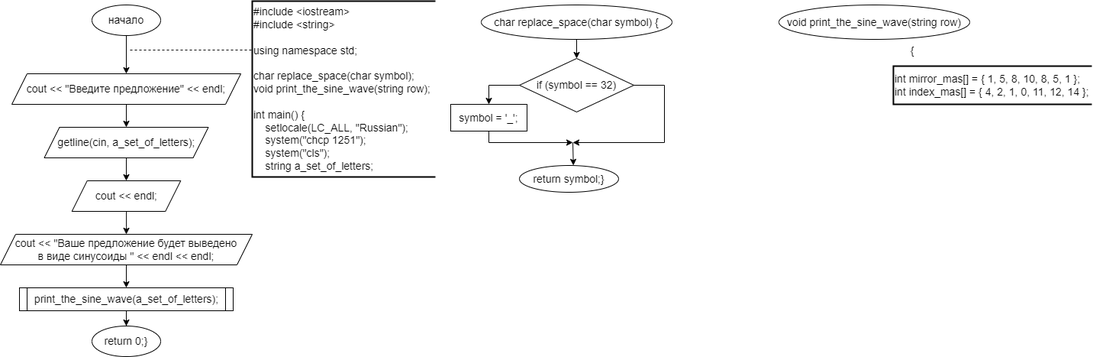
The draw.io diagram lab work 6.drawio.png in SonyAkb/laboratory-work-6, before a commit. Source tidied: cells renumbered, new cells last; positions are measured from the earlier drawing's top-left corner, leaving out a move shared by most shapes.
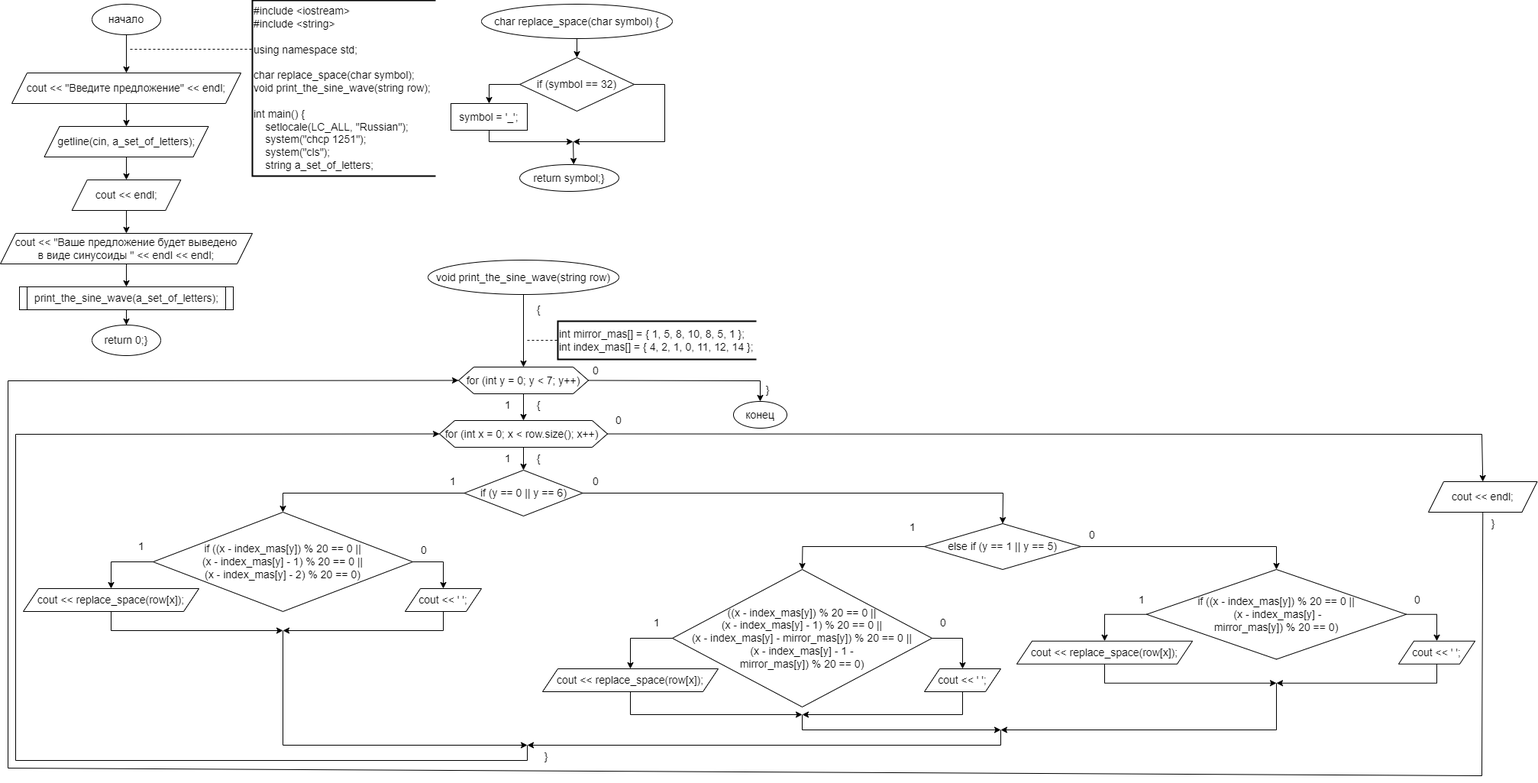
Later version of the same file.

The edit, as a diff of the source:
```diff
@@ -93,14 +93,317 @@
         <mxPoint x="750" y="185" as="sourcePoint" />
       </mxGeometry>
     </mxCell>
+    <mxCell id="29" style="edgeStyle=orthogonalEdgeStyle;rounded=0;jettySize=auto;html=1;entryX=0.5;entryY=0;entryDx=0;entryDy=0;" parent="1" edge="1" source="26" target="31">
+      <mxGeometry relative="1" as="geometry" />
+    </mxCell>
     <mxCell id="26" value="&lt;font style=&quot;font-size: 14px;&quot;&gt;void print_the_sine_wave(string row)&lt;/font&gt;" style="ellipse;whiteSpace=wrap;html=1;" parent="1" vertex="1">
-      <mxGeometry x="1020" y="5" width="250" height="45" as="geometry" />
+      <mxGeometry x="560" y="340" width="250" height="45" as="geometry" />
     </mxCell>
     <mxCell id="27" value="&lt;div style=&quot;font-size: 14px;&quot;&gt;&lt;div&gt;int mirror_mas[] = { 1, 5, 8, 10, 8, 5, 1 };&lt;/div&gt;&lt;div&gt;int index_mas[] = { 4, 2, 1, 0, 11, 12, 14 };&lt;/div&gt;&lt;/div&gt;" style="strokeWidth=2;html=1;shape=mxgraph.flowchart.annotation_1;align=left;" parent="1" vertex="1">
-      <mxGeometry x="1170" y="85" width="260" height="50" as="geometry" />
+      <mxGeometry x="730" y="420" width="260" height="50" as="geometry" />
     </mxCell>
     <mxCell id="28" value="&lt;font style=&quot;font-size: 14px;&quot;&gt;{&lt;/font&gt;" style="text;html=1;strokeColor=none;fillColor=none;align=center;verticalAlign=middle;whiteSpace=wrap;rounded=0;" parent="1" vertex="1">
-      <mxGeometry x="1180" y="50" width="30" height="30" as="geometry" />
+      <mxGeometry x="690" y="390" width="30" height="30" as="geometry" />
     </mxCell>
+    <mxCell id="30" style="edgeStyle=orthogonalEdgeStyle;rounded=0;jettySize=auto;html=1;entryX=0.5;entryY=0;entryDx=0;entryDy=0;" parent="1" edge="1" source="31" target="34">
+      <mxGeometry relative="1" as="geometry" />
+    </mxCell>
+    <mxCell id="31" value="&lt;font style=&quot;font-size: 14px;&quot;&gt;for (int y = 0; y &amp;lt; 7; y++)&lt;/font&gt;" style="shape=hexagon;perimeter=hexagonPerimeter2;whiteSpace=wrap;html=1;fixedSize=1;size=20;" parent="1" vertex="1">
+      <mxGeometry x="600" y="480" width="170" height="35" as="geometry" />
+    </mxCell>
+    <mxCell id="32" style="endArrow=none;dashed=1;html=1;rounded=0;entryX=0;entryY=0.5;entryDx=0;entryDy=0;entryPerimeter=0;" parent="1" edge="1" target="27">
+      <mxGeometry relative="1" as="geometry">
+        <mxPoint x="690" y="445" as="sourcePoint" />
+      </mxGeometry>
+    </mxCell>
+    <mxCell id="33" style="edgeStyle=orthogonalEdgeStyle;rounded=0;jettySize=auto;html=1;entryX=0.5;entryY=0;entryDx=0;entryDy=0;" parent="1" edge="1" source="34" target="37">
+      <mxGeometry relative="1" as="geometry" />
+    </mxCell>
+    <mxCell id="34" value="&lt;font style=&quot;font-size: 14px;&quot;&gt;for (int x = 0; x &amp;lt; row.size(); x++)&amp;nbsp;&lt;/font&gt;" style="shape=hexagon;perimeter=hexagonPerimeter2;whiteSpace=wrap;html=1;fixedSize=1;size=20;" parent="1" vertex="1">
+      <mxGeometry x="575" y="550" width="220" height="35" as="geometry" />
+    </mxCell>
+    <mxCell id="35" value="&lt;font style=&quot;font-size: 14px;&quot;&gt;{&lt;/font&gt;" style="text;html=1;strokeColor=none;fillColor=none;align=center;verticalAlign=middle;whiteSpace=wrap;rounded=0;" parent="1" vertex="1">
+      <mxGeometry x="690" y="515" width="30" height="30" as="geometry" />
+    </mxCell>
+    <mxCell id="36" value="&lt;font style=&quot;font-size: 14px;&quot;&gt;1&lt;/font&gt;" style="text;html=1;strokeColor=none;fillColor=none;align=center;verticalAlign=middle;whiteSpace=wrap;rounded=0;" parent="1" vertex="1">
+      <mxGeometry x="650" y="515" width="30" height="30" as="geometry" />
+    </mxCell>
+    <mxCell id="37" value="&lt;font style=&quot;font-size: 14px;&quot;&gt;if (y == 0 || y == 6)&lt;/font&gt;" style="rhombus;whiteSpace=wrap;html=1;" parent="1" vertex="1">
+      <mxGeometry x="607.5" y="615" width="155" height="60" as="geometry" />
+    </mxCell>
+    <mxCell id="38" value="&lt;font style=&quot;font-size: 14px;&quot;&gt;1&lt;/font&gt;" style="text;html=1;strokeColor=none;fillColor=none;align=center;verticalAlign=middle;whiteSpace=wrap;rounded=0;" parent="1" vertex="1">
+      <mxGeometry x="650" y="585" width="30" height="30" as="geometry" />
+    </mxCell>
+    <mxCell id="39" value="&lt;font style=&quot;font-size: 14px;&quot;&gt;{&lt;/font&gt;" style="text;html=1;strokeColor=none;fillColor=none;align=center;verticalAlign=middle;whiteSpace=wrap;rounded=0;" parent="1" vertex="1">
+      <mxGeometry x="690" y="585" width="30" height="30" as="geometry" />
+    </mxCell>
+    <mxCell id="40" value="&lt;font style=&quot;font-size: 14px;&quot;&gt;if ((x - index_mas[y]) % 20 == 0 || &lt;br&gt;(x - index_mas[y] - 1) % 20 == 0 || &lt;br&gt;(x - index_mas[y] - 2) % 20 == 0)&lt;/font&gt;" style="rhombus;whiteSpace=wrap;html=1;" parent="1" vertex="1">
+      <mxGeometry x="200" y="670" width="340" height="130" as="geometry" />
+    </mxCell>
+    <mxCell id="41" style="endArrow=classic;html=1;rounded=0;exitX=0;exitY=0.5;exitDx=0;exitDy=0;entryX=0.5;entryY=0;entryDx=0;entryDy=0;" parent="1" edge="1" source="37" target="40">
+      <mxGeometry relative="1" as="geometry">
+        <Array as="points">
+          <mxPoint x="370" y="645" />
+        </Array>
+      </mxGeometry>
+    </mxCell>
+    <mxCell id="42" value="&lt;font style=&quot;font-size: 14px;&quot;&gt;1&lt;/font&gt;" style="text;html=1;strokeColor=none;fillColor=none;align=center;verticalAlign=middle;whiteSpace=wrap;rounded=0;" parent="1" vertex="1">
+      <mxGeometry x="577.5" y="615" width="30" height="30" as="geometry" />
+    </mxCell>
+    <mxCell id="43" value="&lt;font style=&quot;font-size: 14px;&quot;&gt;cout &amp;lt;&amp;lt; replace_space(row[x]);&lt;/font&gt;" style="shape=parallelogram;perimeter=parallelogramPerimeter;whiteSpace=wrap;html=1;fixedSize=1;size=20;" parent="1" vertex="1">
+      <mxGeometry x="30" y="770" width="230" height="30" as="geometry" />
+    </mxCell>
+    <mxCell id="44" style="endArrow=classic;html=1;rounded=0;exitX=0;exitY=0.5;exitDx=0;exitDy=0;entryX=0.5;entryY=0;entryDx=0;entryDy=0;" parent="1" edge="1" source="40" target="43">
+      <mxGeometry relative="1" as="geometry">
+        <Array as="points">
+          <mxPoint x="145" y="735" />
+        </Array>
+      </mxGeometry>
+    </mxCell>
+    <mxCell id="45" value="&lt;font style=&quot;font-size: 14px;&quot;&gt;cout &amp;lt;&amp;lt; ' ';&lt;/font&gt;" style="shape=parallelogram;perimeter=parallelogramPerimeter;whiteSpace=wrap;html=1;fixedSize=1;size=20;" parent="1" vertex="1">
+      <mxGeometry x="530" y="770" width="100" height="30" as="geometry" />
+    </mxCell>
+    <mxCell id="46" style="endArrow=classic;html=1;rounded=0;exitX=1;exitY=0.5;exitDx=0;exitDy=0;entryX=0.5;entryY=0;entryDx=0;entryDy=0;" parent="1" edge="1" source="40" target="45">
+      <mxGeometry relative="1" as="geometry">
+        <Array as="points">
+          <mxPoint x="580" y="735" />
+        </Array>
+      </mxGeometry>
+    </mxCell>
+    <mxCell id="47" style="endArrow=classic;html=1;rounded=0;exitX=0.5;exitY=1;exitDx=0;exitDy=0;" parent="1" edge="1" source="43">
+      <mxGeometry relative="1" as="geometry">
+        <mxPoint x="370" y="825" as="targetPoint" />
+        <Array as="points">
+          <mxPoint x="145" y="825" />
+        </Array>
+      </mxGeometry>
+    </mxCell>
+    <mxCell id="48" style="endArrow=classic;html=1;rounded=0;exitX=0.5;exitY=1;exitDx=0;exitDy=0;" parent="1" edge="1" source="45">
+      <mxGeometry relative="1" as="geometry">
+        <mxPoint x="370" y="825" as="targetPoint" />
+        <Array as="points">
+          <mxPoint x="580" y="825" />
+        </Array>
+      </mxGeometry>
+    </mxCell>
+    <mxCell id="49" style="endArrow=classic;html=1;rounded=0;" parent="1" edge="1">
+      <mxGeometry relative="1" as="geometry">
+        <mxPoint x="370" y="825" as="sourcePoint" />
+        <mxPoint x="690" y="975" as="targetPoint" />
+        <Array as="points">
+          <mxPoint x="370" y="975" />
+        </Array>
+      </mxGeometry>
+    </mxCell>
+    <mxCell id="50" value="&lt;font style=&quot;font-size: 14px;&quot;&gt;((x - index_mas[y]) % 20 == 0 || &lt;br&gt;(x - index_mas[y] - 1) % 20 == 0 || &lt;br&gt;(x - index_mas[y] - mirror_mas[y]) % 20 == 0 || &lt;br&gt;(x - index_mas[y] - 1 - &lt;br&gt;mirror_mas[y]) % 20 == 0)&lt;/font&gt;" style="rhombus;whiteSpace=wrap;html=1;" parent="1" vertex="1">
+      <mxGeometry x="880" y="745" width="340" height="180" as="geometry" />
+    </mxCell>
+    <mxCell id="51" value="&lt;font style=&quot;font-size: 14px;&quot;&gt;cout &amp;lt;&amp;lt; replace_space(row[x]);&lt;/font&gt;" style="shape=parallelogram;perimeter=parallelogramPerimeter;whiteSpace=wrap;html=1;fixedSize=1;size=20;" parent="1" vertex="1">
+      <mxGeometry x="710" y="875" width="230" height="30" as="geometry" />
+    </mxCell>
+    <mxCell id="52" style="endArrow=classic;html=1;rounded=0;exitX=0;exitY=0.5;exitDx=0;exitDy=0;entryX=0.5;entryY=0;entryDx=0;entryDy=0;" parent="1" edge="1" source="50" target="51">
+      <mxGeometry relative="1" as="geometry">
+        <Array as="points">
+          <mxPoint x="825" y="835" />
+        </Array>
+      </mxGeometry>
+    </mxCell>
+    <mxCell id="53" value="&lt;font style=&quot;font-size: 14px;&quot;&gt;cout &amp;lt;&amp;lt; ' ';&lt;/font&gt;" style="shape=parallelogram;perimeter=parallelogramPerimeter;whiteSpace=wrap;html=1;fixedSize=1;size=20;" parent="1" vertex="1">
+      <mxGeometry x="1210" y="875" width="100" height="30" as="geometry" />
+    </mxCell>
+    <mxCell id="54" style="endArrow=classic;html=1;rounded=0;exitX=1;exitY=0.5;exitDx=0;exitDy=0;entryX=0.5;entryY=0;entryDx=0;entryDy=0;" parent="1" edge="1" source="50" target="53">
+      <mxGeometry relative="1" as="geometry">
+        <Array as="points">
+          <mxPoint x="1260" y="835" />
+        </Array>
+      </mxGeometry>
+    </mxCell>
+    <mxCell id="55" style="endArrow=classic;html=1;rounded=0;exitX=0.5;exitY=1;exitDx=0;exitDy=0;" parent="1" edge="1" source="51">
+      <mxGeometry relative="1" as="geometry">
+        <mxPoint x="1050" y="935" as="targetPoint" />
+        <Array as="points">
+          <mxPoint x="825" y="935" />
+        </Array>
+      </mxGeometry>
+    </mxCell>
+    <mxCell id="56" style="endArrow=classic;html=1;rounded=0;exitX=0.5;exitY=1;exitDx=0;exitDy=0;" parent="1" edge="1" source="53">
+      <mxGeometry relative="1" as="geometry">
+        <mxPoint x="1050" y="935" as="targetPoint" />
+        <Array as="points">
+          <mxPoint x="1260" y="935" />
+        </Array>
+      </mxGeometry>
+    </mxCell>
+    <mxCell id="57" style="endArrow=classic;html=1;rounded=0;" parent="1" edge="1">
+      <mxGeometry relative="1" as="geometry">
+        <mxPoint x="1050" y="935" as="sourcePoint" />
+        <mxPoint x="1310" y="955" as="targetPoint" />
+        <Array as="points">
+          <mxPoint x="1050" y="955" />
+        </Array>
+      </mxGeometry>
+    </mxCell>
+    <mxCell id="58" value="&lt;font style=&quot;font-size: 14px;&quot;&gt;else if (y == 1 || y == 5)&lt;/font&gt;" style="rhombus;whiteSpace=wrap;html=1;" parent="1" vertex="1">
+      <mxGeometry x="1210" y="685" width="205" height="60" as="geometry" />
+    </mxCell>
+    <mxCell id="59" style="endArrow=classic;html=1;rounded=0;exitX=0;exitY=0.5;exitDx=0;exitDy=0;entryX=0.5;entryY=0;entryDx=0;entryDy=0;" parent="1" edge="1" source="58" target="50">
+      <mxGeometry relative="1" as="geometry">
+        <Array as="points">
+          <mxPoint x="1050.5" y="715" />
+        </Array>
+      </mxGeometry>
+    </mxCell>
+    <mxCell id="60" style="endArrow=classic;html=1;rounded=0;exitX=1;exitY=0.5;exitDx=0;exitDy=0;entryX=0.5;entryY=0;entryDx=0;entryDy=0;" parent="1" edge="1" source="37" target="58">
+      <mxGeometry relative="1" as="geometry">
+        <Array as="points">
+          <mxPoint x="1313" y="645" />
+        </Array>
+      </mxGeometry>
+    </mxCell>
+    <mxCell id="61" value="&lt;font style=&quot;font-size: 14px;&quot;&gt;if ((x - index_mas[y]) % 20 == 0 ||&lt;br&gt;&amp;nbsp;(x - index_mas[y] - &lt;br&gt;mirror_mas[y]) % 20 == 0)&lt;/font&gt;" style="rhombus;whiteSpace=wrap;html=1;" parent="1" vertex="1">
+      <mxGeometry x="1501" y="745" width="340" height="117.5" as="geometry" />
+    </mxCell>
+    <mxCell id="62" style="endArrow=classic;html=1;rounded=0;exitX=0;exitY=0.5;exitDx=0;exitDy=0;entryX=0.5;entryY=0;entryDx=0;entryDy=0;" parent="1" edge="1" source="61" target="67">
+      <mxGeometry relative="1" as="geometry">
+        <Array as="points">
+          <mxPoint x="1446" y="803.8" />
+        </Array>
+      </mxGeometry>
+    </mxCell>
+    <mxCell id="63" value="&lt;font style=&quot;font-size: 14px;&quot;&gt;cout &amp;lt;&amp;lt; ' ';&lt;/font&gt;" style="shape=parallelogram;perimeter=parallelogramPerimeter;whiteSpace=wrap;html=1;fixedSize=1;size=20;" parent="1" vertex="1">
+      <mxGeometry x="1831" y="838.8" width="100" height="30" as="geometry" />
+    </mxCell>
+    <mxCell id="64" style="endArrow=classic;html=1;rounded=0;exitX=1;exitY=0.5;exitDx=0;exitDy=0;entryX=0.5;entryY=0;entryDx=0;entryDy=0;" parent="1" edge="1" source="61" target="63">
+      <mxGeometry relative="1" as="geometry">
+        <Array as="points">
+          <mxPoint x="1881" y="803.8" />
+        </Array>
+      </mxGeometry>
+    </mxCell>
+    <mxCell id="65" style="endArrow=classic;html=1;rounded=0;exitX=0.5;exitY=1;exitDx=0;exitDy=0;" parent="1" edge="1" source="67">
+      <mxGeometry relative="1" as="geometry">
+        <mxPoint x="1671" y="893.8" as="targetPoint" />
+        <Array as="points">
+          <mxPoint x="1446" y="893.8" />
+        </Array>
+      </mxGeometry>
+    </mxCell>
+    <mxCell id="66" style="endArrow=classic;html=1;rounded=0;exitX=0.5;exitY=1;exitDx=0;exitDy=0;" parent="1" edge="1" source="63">
+      <mxGeometry relative="1" as="geometry">
+        <mxPoint x="1671" y="893.8" as="targetPoint" />
+        <Array as="points">
+          <mxPoint x="1881" y="893.8" />
+        </Array>
+      </mxGeometry>
+    </mxCell>
+    <mxCell id="67" value="&lt;font style=&quot;font-size: 14px;&quot;&gt;cout &amp;lt;&amp;lt; replace_space(row[x]);&lt;/font&gt;" style="shape=parallelogram;perimeter=parallelogramPerimeter;whiteSpace=wrap;html=1;fixedSize=1;size=20;" parent="1" vertex="1">
+      <mxGeometry x="1331" y="838.8" width="230" height="30" as="geometry" />
+    </mxCell>
+    <mxCell id="68" style="endArrow=classic;html=1;rounded=0;" parent="1" edge="1">
+      <mxGeometry relative="1" as="geometry">
+        <mxPoint x="1671" y="893.8" as="sourcePoint" />
+        <mxPoint x="1310" y="955" as="targetPoint" />
+        <Array as="points">
+          <mxPoint x="1671" y="955" />
+        </Array>
+      </mxGeometry>
+    </mxCell>
+    <mxCell id="69" style="endArrow=classic;html=1;rounded=0;exitX=1;exitY=0.5;exitDx=0;exitDy=0;entryX=0.5;entryY=0;entryDx=0;entryDy=0;" parent="1" edge="1" source="58" target="61">
+      <mxGeometry relative="1" as="geometry">
+        <Array as="points">
+          <mxPoint x="1671" y="715" />
+        </Array>
+      </mxGeometry>
+    </mxCell>
+    <mxCell id="70" value="&lt;font style=&quot;font-size: 14px;&quot;&gt;0&lt;/font&gt;" style="text;html=1;strokeColor=none;fillColor=none;align=center;verticalAlign=middle;whiteSpace=wrap;rounded=0;" parent="1" vertex="1">
+      <mxGeometry x="765" y="615" width="30" height="30" as="geometry" />
+    </mxCell>
+    <mxCell id="71" value="&lt;font style=&quot;font-size: 14px;&quot;&gt;1&lt;/font&gt;" style="text;html=1;strokeColor=none;fillColor=none;align=center;verticalAlign=middle;whiteSpace=wrap;rounded=0;" parent="1" vertex="1">
+      <mxGeometry x="170" y="700" width="30" height="30" as="geometry" />
+    </mxCell>
+    <mxCell id="72" value="&lt;font style=&quot;font-size: 14px;&quot;&gt;0&lt;/font&gt;" style="text;html=1;strokeColor=none;fillColor=none;align=center;verticalAlign=middle;whiteSpace=wrap;rounded=0;" parent="1" vertex="1">
+      <mxGeometry x="540" y="705" width="30" height="30" as="geometry" />
+    </mxCell>
+    <mxCell id="73" value="&lt;font style=&quot;font-size: 14px;&quot;&gt;0&lt;/font&gt;" style="text;html=1;strokeColor=none;fillColor=none;align=center;verticalAlign=middle;whiteSpace=wrap;rounded=0;" parent="1" vertex="1">
+      <mxGeometry x="1415" y="685" width="30" height="30" as="geometry" />
+    </mxCell>
+    <mxCell id="74" value="&lt;font style=&quot;font-size: 14px;&quot;&gt;1&lt;/font&gt;" style="text;html=1;strokeColor=none;fillColor=none;align=center;verticalAlign=middle;whiteSpace=wrap;rounded=0;" parent="1" vertex="1">
+      <mxGeometry x="845" y="800" width="30" height="30" as="geometry" />
+    </mxCell>
+    <mxCell id="75" value="&lt;font style=&quot;font-size: 14px;&quot;&gt;1&lt;/font&gt;" style="text;html=1;strokeColor=none;fillColor=none;align=center;verticalAlign=middle;whiteSpace=wrap;rounded=0;" parent="1" vertex="1">
+      <mxGeometry x="1180" y="675" width="30" height="30" as="geometry" />
+    </mxCell>
+    <mxCell id="76" value="&lt;font style=&quot;font-size: 14px;&quot;&gt;0&lt;/font&gt;" style="text;html=1;strokeColor=none;fillColor=none;align=center;verticalAlign=middle;whiteSpace=wrap;rounded=0;" parent="1" vertex="1">
+      <mxGeometry x="1220" y="800" width="30" height="30" as="geometry" />
+    </mxCell>
+    <mxCell id="77" value="&lt;font style=&quot;font-size: 14px;&quot;&gt;0&lt;/font&gt;" style="text;html=1;strokeColor=none;fillColor=none;align=center;verticalAlign=middle;whiteSpace=wrap;rounded=0;" parent="1" vertex="1">
+      <mxGeometry x="1841" y="770" width="30" height="30" as="geometry" />
+    </mxCell>
+    <mxCell id="78" value="&lt;font style=&quot;font-size: 14px;&quot;&gt;1&lt;/font&gt;" style="text;html=1;strokeColor=none;fillColor=none;align=center;verticalAlign=middle;whiteSpace=wrap;rounded=0;" parent="1" vertex="1">
+      <mxGeometry x="1480" y="770" width="30" height="30" as="geometry" />
+    </mxCell>
+    <mxCell id="79" style="endArrow=classic;html=1;rounded=0;" parent="1" edge="1">
+      <mxGeometry relative="1" as="geometry">
+        <mxPoint x="1310" y="955" as="sourcePoint" />
+        <mxPoint x="690" y="975" as="targetPoint" />
+        <Array as="points">
+          <mxPoint x="1310" y="975" />
+        </Array>
+      </mxGeometry>
+    </mxCell>
+    <mxCell id="80" style="endArrow=classic;html=1;rounded=0;entryX=0;entryY=0.5;entryDx=0;entryDy=0;" parent="1" edge="1" target="34">
+      <mxGeometry relative="1" as="geometry">
+        <mxPoint x="690" y="975" as="sourcePoint" />
+        <Array as="points">
+          <mxPoint x="690" y="995" />
+          <mxPoint x="20" y="995" />
+          <mxPoint x="20" y="568" />
+        </Array>
+      </mxGeometry>
+    </mxCell>
+    <mxCell id="81" value="&lt;font style=&quot;font-size: 14px;&quot;&gt;}&lt;/font&gt;" style="text;html=1;strokeColor=none;fillColor=none;align=center;verticalAlign=middle;whiteSpace=wrap;rounded=0;" parent="1" vertex="1">
+      <mxGeometry x="700" y="975" width="30" height="30" as="geometry" />
+    </mxCell>
+    <mxCell id="82" style="endArrow=classic;html=1;rounded=0;exitX=1;exitY=0.5;exitDx=0;exitDy=0;entryX=0.5;entryY=0;entryDx=0;entryDy=0;" parent="1" edge="1" source="34" target="83">
+      <mxGeometry relative="1" as="geometry">
+        <Array as="points">
+          <mxPoint x="1940" y="568" />
+        </Array>
+      </mxGeometry>
+    </mxCell>
+    <mxCell id="83" value="&lt;font style=&quot;font-size: 14px;&quot;&gt;cout &amp;lt;&amp;lt; endl;&lt;/font&gt;" style="shape=parallelogram;perimeter=parallelogramPerimeter;whiteSpace=wrap;html=1;fixedSize=1;" parent="1" vertex="1">
+      <mxGeometry x="1870" y="630" width="142.5" height="40" as="geometry" />
+    </mxCell>
+    <mxCell id="84" style="endArrow=classic;html=1;rounded=0;exitX=0.5;exitY=1;exitDx=0;exitDy=0;entryX=0;entryY=0.5;entryDx=0;entryDy=0;" parent="1" edge="1" source="83" target="31">
+      <mxGeometry relative="1" as="geometry">
+        <Array as="points">
+          <mxPoint x="1940" y="1015" />
+          <mxPoint x="10" y="1005" />
+          <mxPoint x="10" y="498" />
+        </Array>
+      </mxGeometry>
+    </mxCell>
+    <mxCell id="85" value="&lt;font style=&quot;font-size: 14px;&quot;&gt;0&lt;/font&gt;" style="text;html=1;strokeColor=none;fillColor=none;align=center;verticalAlign=middle;whiteSpace=wrap;rounded=0;" parent="1" vertex="1">
+      <mxGeometry x="795" y="535" width="30" height="30" as="geometry" />
+    </mxCell>
+    <mxCell id="86" style="endArrow=classic;html=1;rounded=0;exitX=1;exitY=0.5;exitDx=0;exitDy=0;entryX=0.5;entryY=0;entryDx=0;entryDy=0;" parent="1" edge="1" source="31" target="87">
+      <mxGeometry relative="1" as="geometry">
+        <Array as="points">
+          <mxPoint x="995" y="498" />
+        </Array>
+      </mxGeometry>
+    </mxCell>
+    <mxCell id="87" value="&lt;font style=&quot;font-size: 14px;&quot;&gt;конец&lt;/font&gt;" style="ellipse;whiteSpace=wrap;html=1;" parent="1" vertex="1">
+      <mxGeometry x="960" y="525" width="70" height="35" as="geometry" />
+    </mxCell>
+    <mxCell id="88" value="&lt;font style=&quot;font-size: 14px;&quot;&gt;0&lt;/font&gt;" style="text;html=1;strokeColor=none;fillColor=none;align=center;verticalAlign=middle;whiteSpace=wrap;rounded=0;" parent="1" vertex="1">
+      <mxGeometry x="765" y="470" width="30" height="30" as="geometry" />
+    </mxCell>
+    <mxCell id="89" value="&lt;font style=&quot;font-size: 14px;&quot;&gt;}&lt;/font&gt;" style="text;html=1;strokeColor=none;fillColor=none;align=center;verticalAlign=middle;whiteSpace=wrap;rounded=0;" parent="1" vertex="1">
+      <mxGeometry x="990" y="495" width="30" height="30" as="geometry" />
+    </mxCell>
+    <mxCell id="90" value="&lt;font style=&quot;font-size: 14px;&quot;&gt;}&lt;/font&gt;" style="text;html=1;strokeColor=none;fillColor=none;align=center;verticalAlign=middle;whiteSpace=wrap;rounded=0;" parent="1" vertex="1">
+      <mxGeometry x="1940" y="670" width="30" height="30" as="geometry" />
+    </mxCell>
   </root>
 </mxGraphModel>
```
